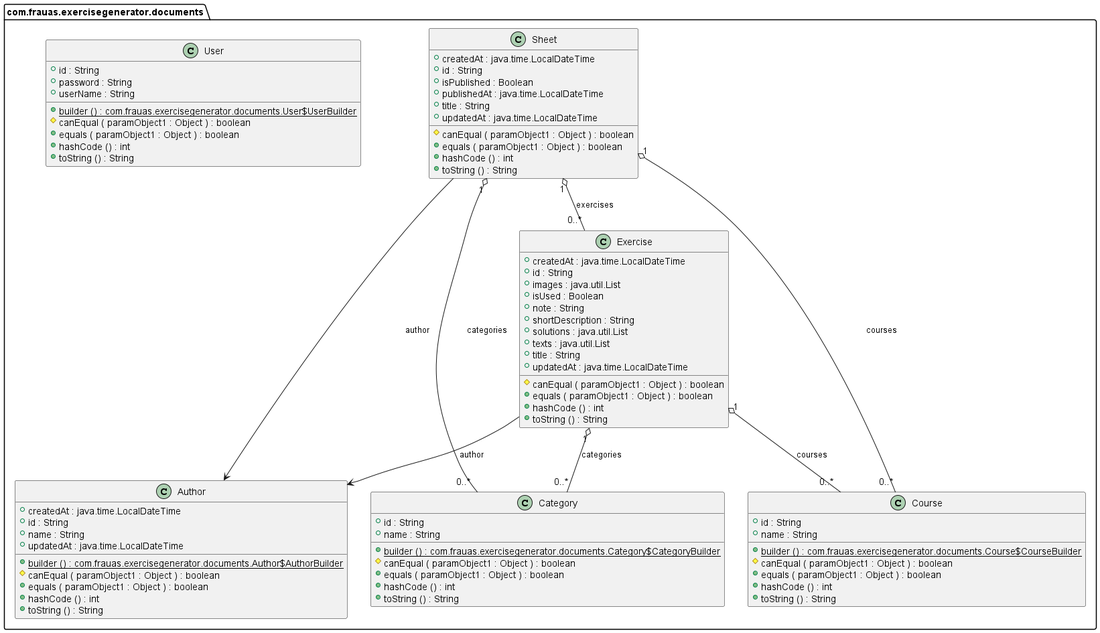
The PlantUML diagram doc/diagram.png in CarlaHofmann/exercise-generator-be, before a commit. The source it was exported from:
```plantuml
@startuml

class com.frauas.exercisegenerator.documents.Author {
	{field} +createdAt : java.time.LocalDateTime
	{field} +id : String
	{field} +name : String
	{field} +updatedAt : java.time.LocalDateTime
	{method}  {static} +builder () : com.frauas.exercisegenerator.documents.Author$AuthorBuilder
	{method} #canEqual ( paramObject1 : Object ) : boolean
	{method} +equals ( paramObject1 : Object ) : boolean
	{method} +hashCode () : int
	{method} +toString () : String
}


class com.frauas.exercisegenerator.documents.Category {
	{field} +id : String
	{field} +name : String
	{method}  {static} +builder () : com.frauas.exercisegenerator.documents.Category$CategoryBuilder
	{method} #canEqual ( paramObject1 : Object ) : boolean
	{method} +equals ( paramObject1 : Object ) : boolean
	{method} +hashCode () : int
	{method} +toString () : String
}


class com.frauas.exercisegenerator.documents.Course {
	{field} +id : String
	{field} +name : String
	{method}  {static} +builder () : com.frauas.exercisegenerator.documents.Course$CourseBuilder
	{method} #canEqual ( paramObject1 : Object ) : boolean
	{method} +equals ( paramObject1 : Object ) : boolean
	{method} +hashCode () : int
	{method} +toString () : String
}


class com.frauas.exercisegenerator.documents.Exercise {
	{field} +createdAt : java.time.LocalDateTime
	{field} +id : String
	{field} +images : java.util.List
	{field} +isUsed : Boolean
	{field} +note : String
	{field} +shortDescription : String
	{field} +solutions : java.util.List
	{field} +texts : java.util.List
	{field} +title : String
	{field} +updatedAt : java.time.LocalDateTime
	{method} #canEqual ( paramObject1 : Object ) : boolean
	{method} +equals ( paramObject1 : Object ) : boolean
	{method} +hashCode () : int
	{method} +toString () : String
}


class com.frauas.exercisegenerator.documents.Sheet {
	{field} +createdAt : java.time.LocalDateTime
	{field} +id : String
	{field} +isPublished : Boolean
	{field} +publishedAt : java.time.LocalDateTime
	{field} +title : String
	{field} +updatedAt : java.time.LocalDateTime
	{method} #canEqual ( paramObject1 : Object ) : boolean
	{method} +equals ( paramObject1 : Object ) : boolean
	{method} +hashCode () : int
	{method} +toString () : String
}


class com.frauas.exercisegenerator.documents.User {
	{field} +id : String
	{field} +password : String
	{field} +userName : String
	{method}  {static} +builder () : com.frauas.exercisegenerator.documents.User$UserBuilder
	{method} #canEqual ( paramObject1 : Object ) : boolean
	{method} +equals ( paramObject1 : Object ) : boolean
	{method} +hashCode () : int
	{method} +toString () : String
}




com.frauas.exercisegenerator.documents.Exercise "1" o-- "0..*"  com.frauas.exercisegenerator.documents.Category : categories
com.frauas.exercisegenerator.documents.Exercise "1" o-- "0..*"  com.frauas.exercisegenerator.documents.Course : courses
com.frauas.exercisegenerator.documents.Exercise -->  com.frauas.exercisegenerator.documents.Author : author
com.frauas.exercisegenerator.documents.Sheet "1" o-- "0..*"  com.frauas.exercisegenerator.documents.Category : categories
com.frauas.exercisegenerator.documents.Sheet "1" o-- "0..*"  com.frauas.exercisegenerator.documents.Course : courses
com.frauas.exercisegenerator.documents.Sheet "1" o-- "0..*"  com.frauas.exercisegenerator.documents.Exercise : exercises
com.frauas.exercisegenerator.documents.Sheet -->  com.frauas.exercisegenerator.documents.Author : author


@enduml
```
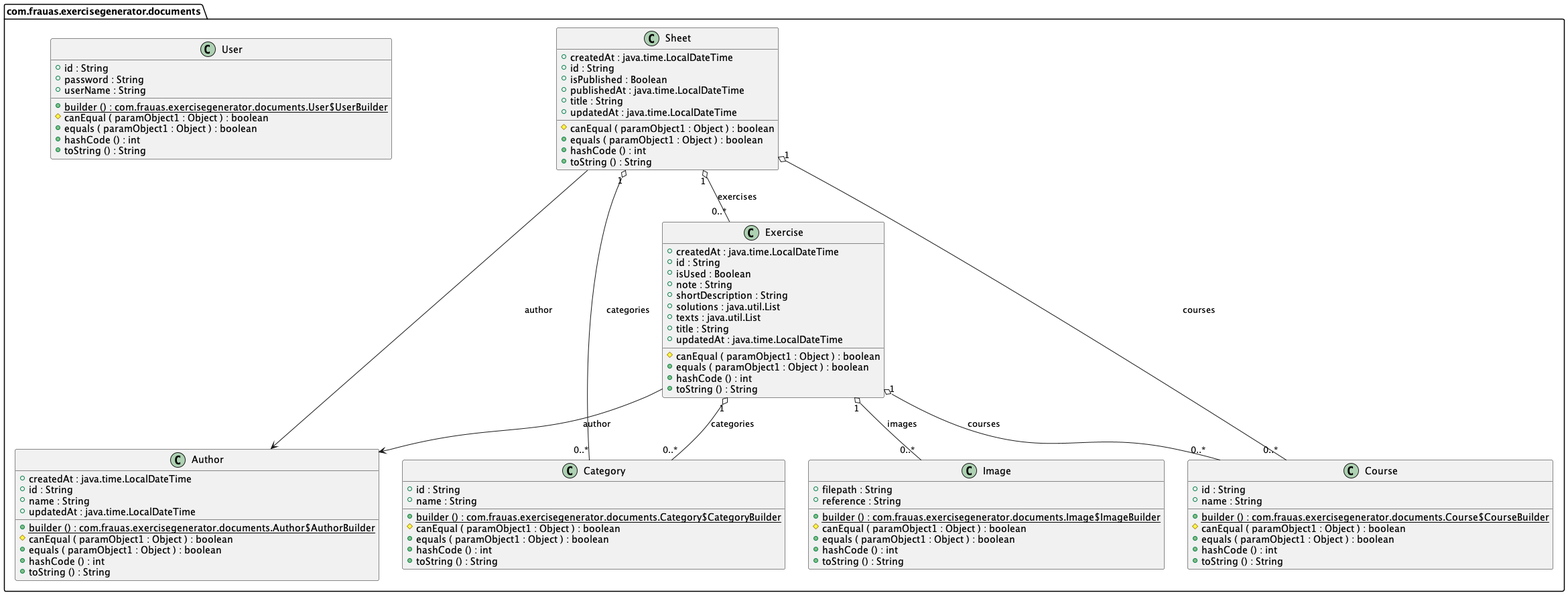
The same file after the commit.

The edit, as a diff of the source:
```diff
@@ -38,7 +38,6 @@
 class com.frauas.exercisegenerator.documents.Exercise {
 	{field} +createdAt : java.time.LocalDateTime
 	{field} +id : String
-	{field} +images : java.util.List
 	{field} +isUsed : Boolean
 	{field} +note : String
 	{field} +shortDescription : String
@@ -46,6 +45,17 @@
 	{field} +texts : java.util.List
 	{field} +title : String
 	{field} +updatedAt : java.time.LocalDateTime
+	{method} #canEqual ( paramObject1 : Object ) : boolean
+	{method} +equals ( paramObject1 : Object ) : boolean
+	{method} +hashCode () : int
+	{method} +toString () : String
+}
+
+
+class com.frauas.exercisegenerator.documents.Image {
+	{field} +filepath : String
+	{field} +reference : String
+	{method}  {static} +builder () : com.frauas.exercisegenerator.documents.Image$ImageBuilder
 	{method} #canEqual ( paramObject1 : Object ) : boolean
 	{method} +equals ( paramObject1 : Object ) : boolean
 	{method} +hashCode () : int
@@ -83,6 +93,7 @@
 
 com.frauas.exercisegenerator.documents.Exercise "1" o-- "0..*"  com.frauas.exercisegenerator.documents.Category : categories
 com.frauas.exercisegenerator.documents.Exercise "1" o-- "0..*"  com.frauas.exercisegenerator.documents.Course : courses
+com.frauas.exercisegenerator.documents.Exercise "1" o-- "0..*"  com.frauas.exercisegenerator.documents.Image : images
 com.frauas.exercisegenerator.documents.Exercise -->  com.frauas.exercisegenerator.documents.Author : author
 com.frauas.exercisegenerator.documents.Sheet "1" o-- "0..*"  com.frauas.exercisegenerator.documents.Category : categories
 com.frauas.exercisegenerator.documents.Sheet "1" o-- "0..*"  com.frauas.exercisegenerator.documents.Course : courses
```
